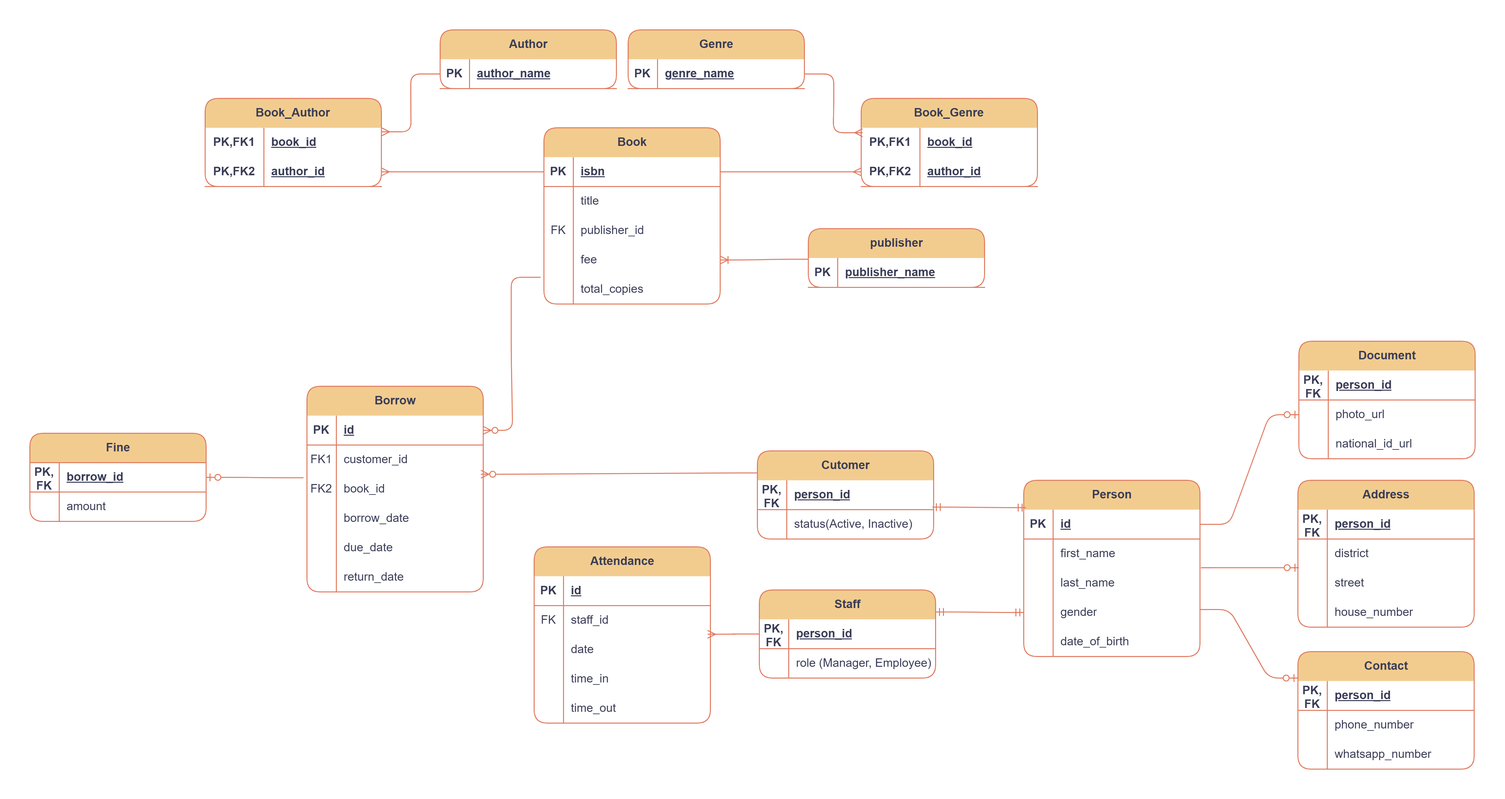
reza720/database-projects-collection keeps this draw.io diagram as Library Database System/ERD_Files/ERD_Image.png. Above is the earlier version. Source tidied: cells renumbered, new cells last; positions are measured from the earlier drawing's top-left corner, leaving out a move shared by most shapes.
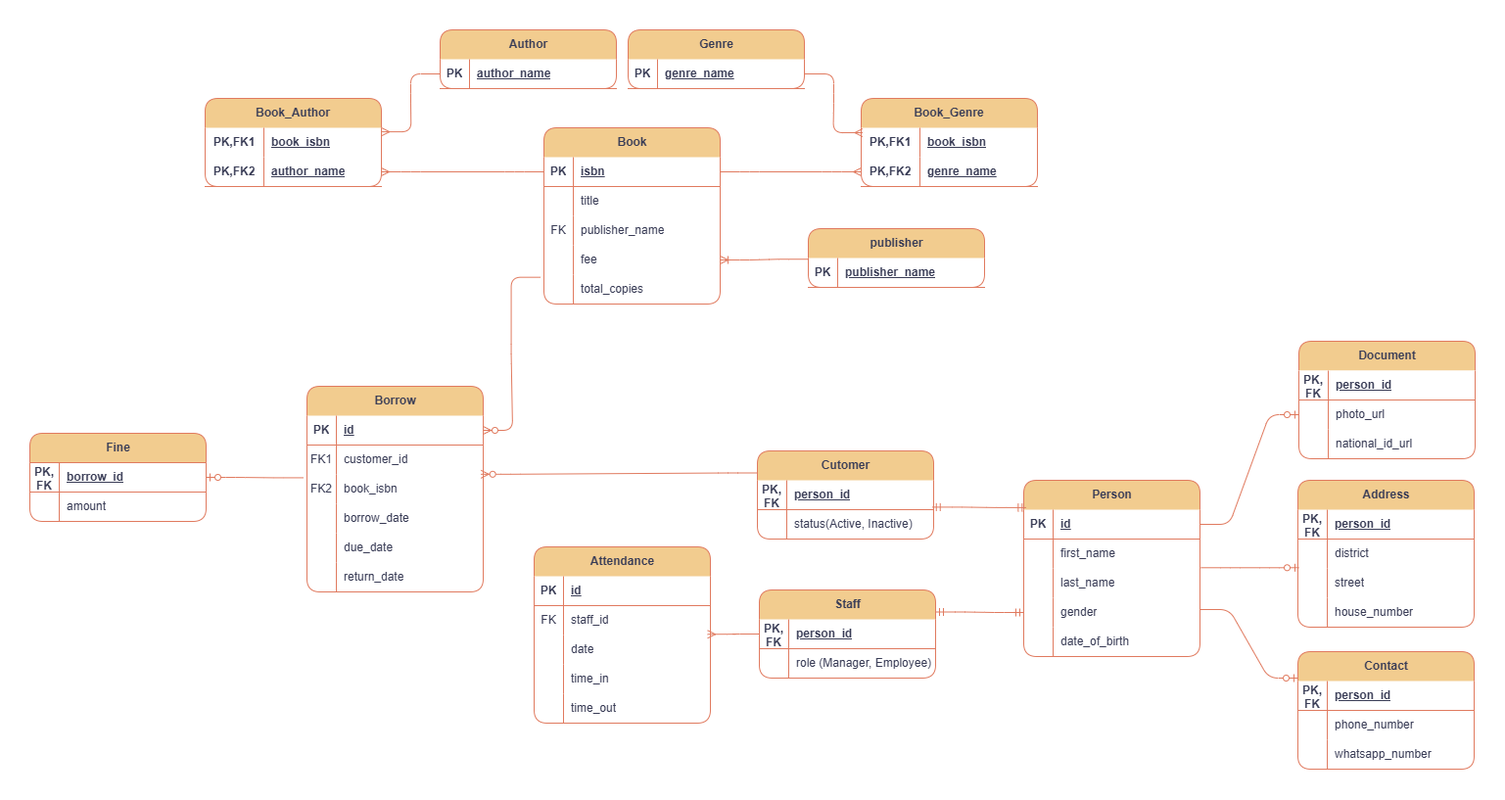
The same file after the commit.

Diff of the diagram source:
```diff
@@ -326,7 +326,7 @@
     <mxCell id="107" value="FK" style="shape=partialRectangle;fillColor=none;top=0;left=0;bottom=0;right=0;overflow=hidden;whiteSpace=wrap;html=1;rounded=1;labelBackgroundColor=none;strokeColor=#E07A5F;fontColor=#393C56;swimlaneLine=0;" parent="106" vertex="1">
       <mxGeometry width="30" height="30" as="geometry" />
     </mxCell>
-    <mxCell id="108" value="publisher_id" style="shape=partialRectangle;fillColor=none;top=0;left=0;bottom=0;right=0;align=left;spacingLeft=6;overflow=hidden;whiteSpace=wrap;html=1;rounded=1;labelBackgroundColor=none;strokeColor=#E07A5F;fontColor=#393C56;swimlaneLine=0;" parent="106" vertex="1">
+    <mxCell id="108" value="publisher_name" style="shape=partialRectangle;fillColor=none;top=0;left=0;bottom=0;right=0;align=left;spacingLeft=6;overflow=hidden;whiteSpace=wrap;html=1;rounded=1;labelBackgroundColor=none;strokeColor=#E07A5F;fontColor=#393C56;swimlaneLine=0;" parent="106" vertex="1">
       <mxGeometry x="30" width="150" height="30" as="geometry" />
     </mxCell>
     <mxCell id="109" style="shape=tableRow;horizontal=0;startSize=0;swimlaneHead=0;swimlaneBody=0;fillColor=none;points=[[0,0.5],[1,0.5]];portConstraint=eastwest;top=0;left=0;right=0;bottom=0;rounded=1;labelBackgroundColor=none;strokeColor=#E07A5F;fontColor=#393C56;swimlaneLine=0;" parent="99" vertex="1">
@@ -359,7 +359,7 @@
     <mxCell id="118" value="PK,FK1" style="shape=partialRectangle;fillColor=none;top=0;left=0;bottom=0;right=0;fontStyle=1;overflow=hidden;html=1;whiteSpace=wrap;rounded=1;labelBackgroundColor=none;strokeColor=#E07A5F;fontColor=#393C56;swimlaneLine=0;" parent="117" vertex="1">
       <mxGeometry width="60" height="30" as="geometry" />
     </mxCell>
-    <mxCell id="119" value="book_id" style="shape=partialRectangle;fillColor=none;top=0;left=0;bottom=0;right=0;align=left;spacingLeft=6;fontStyle=5;overflow=hidden;html=1;whiteSpace=wrap;rounded=1;labelBackgroundColor=none;strokeColor=#E07A5F;fontColor=#393C56;swimlaneLine=0;" parent="117" vertex="1">
+    <mxCell id="119" value="book_isbn" style="shape=partialRectangle;fillColor=none;top=0;left=0;bottom=0;right=0;align=left;spacingLeft=6;fontStyle=5;overflow=hidden;html=1;whiteSpace=wrap;rounded=1;labelBackgroundColor=none;strokeColor=#E07A5F;fontColor=#393C56;swimlaneLine=0;" parent="117" vertex="1">
       <mxGeometry x="60" width="120" height="30" as="geometry" />
     </mxCell>
     <mxCell id="120" style="shape=tableRow;horizontal=0;startSize=0;swimlaneHead=0;swimlaneBody=0;fillColor=none;points=[[0,0.5],[1,0.5]];portConstraint=eastwest;top=0;left=0;right=0;bottom=1;html=1;rounded=1;labelBackgroundColor=none;strokeColor=#E07A5F;fontColor=#393C56;swimlaneLine=0;" parent="116" vertex="1">
@@ -368,7 +368,7 @@
     <mxCell id="121" value="PK,FK2" style="shape=partialRectangle;fillColor=none;top=0;left=0;bottom=0;right=0;fontStyle=1;overflow=hidden;html=1;whiteSpace=wrap;rounded=1;labelBackgroundColor=none;strokeColor=#E07A5F;fontColor=#393C56;swimlaneLine=0;" parent="120" vertex="1">
       <mxGeometry width="60" height="30" as="geometry" />
     </mxCell>
-    <mxCell id="122" value="author_id" style="shape=partialRectangle;fillColor=none;top=0;left=0;bottom=0;right=0;align=left;spacingLeft=6;fontStyle=5;overflow=hidden;html=1;whiteSpace=wrap;rounded=1;labelBackgroundColor=none;strokeColor=#E07A5F;fontColor=#393C56;swimlaneLine=0;" parent="120" vertex="1">
+    <mxCell id="122" value="author_name" style="shape=partialRectangle;fillColor=none;top=0;left=0;bottom=0;right=0;align=left;spacingLeft=6;fontStyle=5;overflow=hidden;html=1;whiteSpace=wrap;rounded=1;labelBackgroundColor=none;strokeColor=#E07A5F;fontColor=#393C56;swimlaneLine=0;" parent="120" vertex="1">
       <mxGeometry x="60" width="120" height="30" as="geometry" />
     </mxCell>
     <mxCell id="123" value="Book_Genre" style="shape=table;startSize=30;rowLines=0;fontStyle=1;align=center;html=1;whiteSpace=wrap;rounded=1;labelBackgroundColor=none;fillColor=#F2CC8F;strokeColor=#E07A5F;fontColor=#393C56;swimlaneLine=0;" parent="1" vertex="1">
@@ -380,7 +380,7 @@
     <mxCell id="125" value="PK,FK1" style="shape=partialRectangle;fillColor=none;top=0;left=0;bottom=0;right=0;fontStyle=1;overflow=hidden;html=1;whiteSpace=wrap;rounded=1;labelBackgroundColor=none;strokeColor=#E07A5F;fontColor=#393C56;swimlaneLine=0;" parent="124" vertex="1">
       <mxGeometry width="60" height="30" as="geometry" />
     </mxCell>
-    <mxCell id="126" value="book_id" style="shape=partialRectangle;fillColor=none;top=0;left=0;bottom=0;right=0;align=left;spacingLeft=6;fontStyle=5;overflow=hidden;html=1;whiteSpace=wrap;rounded=1;labelBackgroundColor=none;strokeColor=#E07A5F;fontColor=#393C56;swimlaneLine=0;" parent="124" vertex="1">
+    <mxCell id="126" value="book_isbn" style="shape=partialRectangle;fillColor=none;top=0;left=0;bottom=0;right=0;align=left;spacingLeft=6;fontStyle=5;overflow=hidden;html=1;whiteSpace=wrap;rounded=1;labelBackgroundColor=none;strokeColor=#E07A5F;fontColor=#393C56;swimlaneLine=0;" parent="124" vertex="1">
       <mxGeometry x="60" width="120" height="30" as="geometry" />
     </mxCell>
     <mxCell id="127" style="shape=tableRow;horizontal=0;startSize=0;swimlaneHead=0;swimlaneBody=0;fillColor=none;points=[[0,0.5],[1,0.5]];portConstraint=eastwest;top=0;left=0;right=0;bottom=1;html=1;rounded=1;labelBackgroundColor=none;strokeColor=#E07A5F;fontColor=#393C56;swimlaneLine=0;" parent="123" vertex="1">
@@ -389,7 +389,7 @@
     <mxCell id="128" value="PK,FK2" style="shape=partialRectangle;fillColor=none;top=0;left=0;bottom=0;right=0;fontStyle=1;overflow=hidden;html=1;whiteSpace=wrap;rounded=1;labelBackgroundColor=none;strokeColor=#E07A5F;fontColor=#393C56;swimlaneLine=0;" parent="127" vertex="1">
       <mxGeometry width="60" height="30" as="geometry" />
     </mxCell>
-    <mxCell id="129" value="author_id" style="shape=partialRectangle;fillColor=none;top=0;left=0;bottom=0;right=0;align=left;spacingLeft=6;fontStyle=5;overflow=hidden;html=1;whiteSpace=wrap;rounded=1;labelBackgroundColor=none;strokeColor=#E07A5F;fontColor=#393C56;swimlaneLine=0;" parent="127" vertex="1">
+    <mxCell id="129" value="genre_name" style="shape=partialRectangle;fillColor=none;top=0;left=0;bottom=0;right=0;align=left;spacingLeft=6;fontStyle=5;overflow=hidden;html=1;whiteSpace=wrap;rounded=1;labelBackgroundColor=none;strokeColor=#E07A5F;fontColor=#393C56;swimlaneLine=0;" parent="127" vertex="1">
       <mxGeometry x="60" width="120" height="30" as="geometry" />
     </mxCell>
     <mxCell id="130" style="edgeStyle=entityRelationEdgeStyle;fontSize=12;html=1;endArrow=ERmany;rounded=1;exitX=1;exitY=0.5;exitDx=0;exitDy=0;entryX=0;entryY=0.5;entryDx=0;entryDy=0;labelBackgroundColor=none;strokeColor=#E07A5F;fontColor=default;swimlaneLine=0;" parent="1" edge="1" source="100" target="127">
@@ -431,7 +431,7 @@
     <mxCell id="142" value="FK2" style="shape=partialRectangle;fillColor=none;top=0;left=0;bottom=0;right=0;overflow=hidden;whiteSpace=wrap;html=1;rounded=1;labelBackgroundColor=none;strokeColor=#E07A5F;fontColor=#393C56;swimlaneLine=0;" parent="141" vertex="1">
       <mxGeometry width="30" height="30" as="geometry" />
     </mxCell>
-    <mxCell id="143" value="book_id" style="shape=partialRectangle;fillColor=none;top=0;left=0;bottom=0;right=0;align=left;spacingLeft=6;overflow=hidden;whiteSpace=wrap;html=1;rounded=1;labelBackgroundColor=none;strokeColor=#E07A5F;fontColor=#393C56;swimlaneLine=0;" parent="141" vertex="1">
+    <mxCell id="143" value="book_isbn" style="shape=partialRectangle;fillColor=none;top=0;left=0;bottom=0;right=0;align=left;spacingLeft=6;overflow=hidden;whiteSpace=wrap;html=1;rounded=1;labelBackgroundColor=none;strokeColor=#E07A5F;fontColor=#393C56;swimlaneLine=0;" parent="141" vertex="1">
       <mxGeometry x="30" width="150" height="30" as="geometry" />
     </mxCell>
     <mxCell id="144" style="shape=tableRow;horizontal=0;startSize=0;swimlaneHead=0;swimlaneBody=0;fillColor=none;top=0;left=0;right=0;bottom=0;rounded=1;labelBackgroundColor=none;strokeColor=#E07A5F;fontColor=#393C56;swimlaneLine=0;" parent="134" vertex="1">
```
